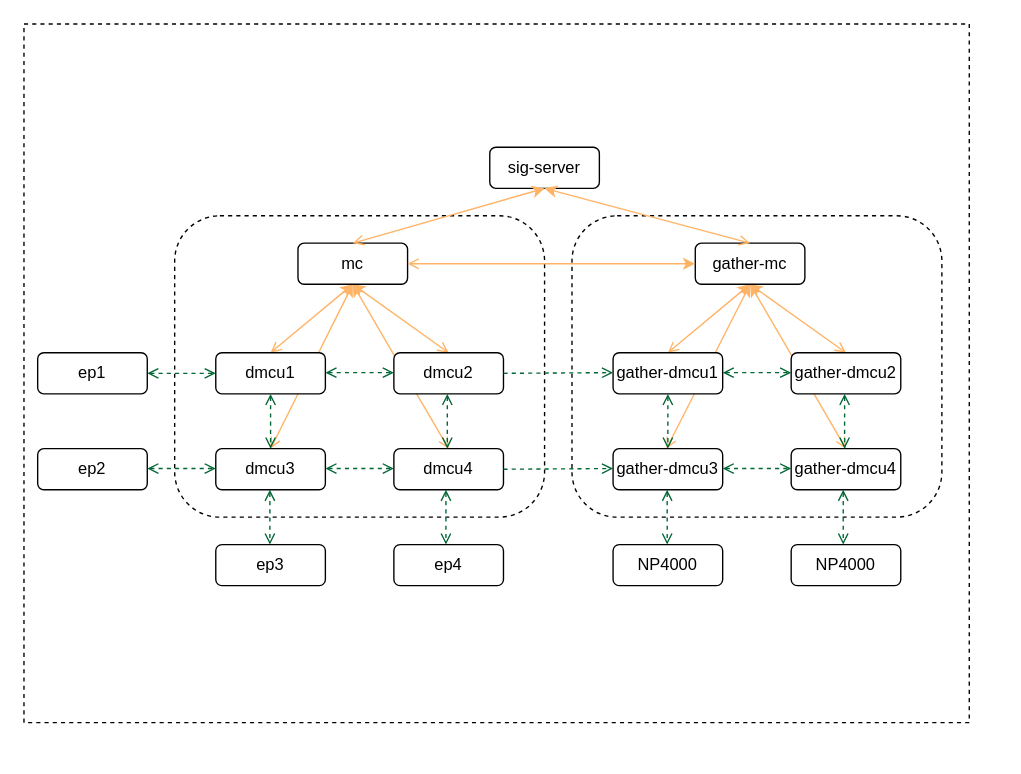
This is Untitled Diagram.drawio from Liaozengxiang/test, a draw.io file, before an edit. Source tidied: cells renumbered, new cells numbered last; positions are measured from the earlier drawing's top-left corner, leaving out a move shared by most shapes. Both pictures are drawn from the tidied source at 137%, with x=0, y=0 at pixel (23, 23).
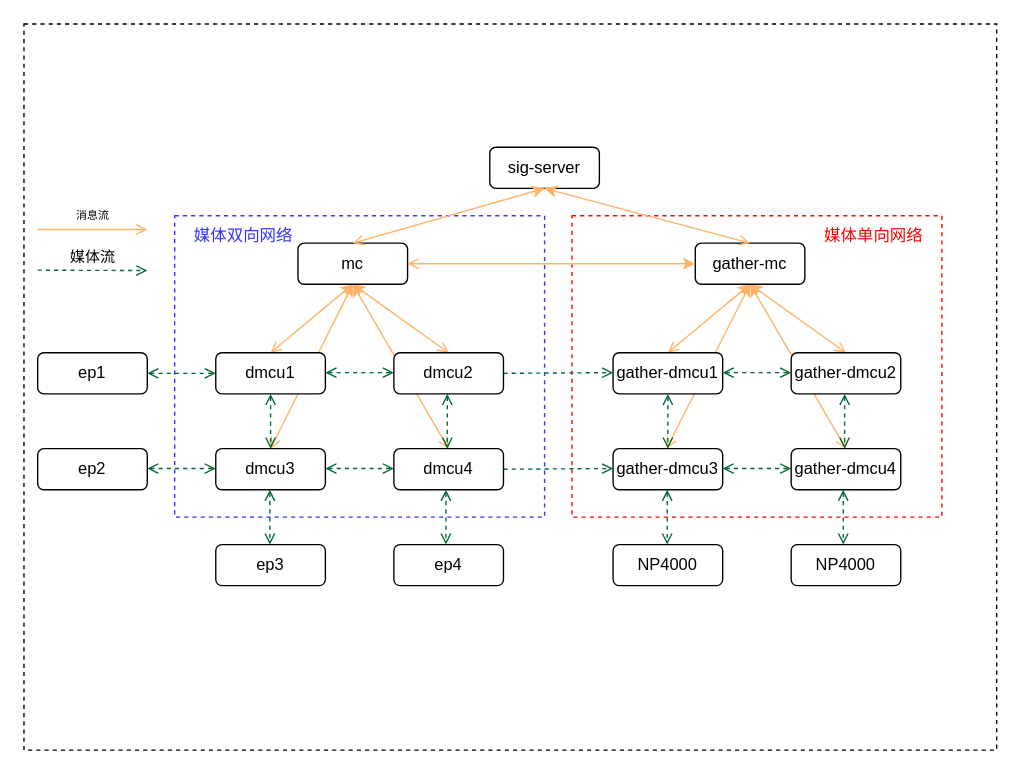
Above is the later version.

Commit message:
单向网络架构1.drawio

Diff of the diagram source:
```diff
@@
-    <mxCell id="2" style="rounded=0;whiteSpace=wrap;html=1;shadow=0;dashed=1;strokeWidth=1;" parent="1" vertex="1">
-      <mxGeometry width="690" height="510" as="geometry" />
-    </mxCell>
+    <mxCell id="49" style="rounded=0;whiteSpace=wrap;html=1;shadow=0;dashed=1;fontSize=8;strokeWidth=1;" parent="1" vertex="1">
+      <mxGeometry width="710" height="530" as="geometry" />
+    </mxCell>
-    <mxCell id="3" style="rounded=1;whiteSpace=wrap;html=1;dashed=1;shadow=0;strokeWidth=1;perimeterSpacing=0;" parent="1" vertex="1">
+    <mxCell id="3" style="rounded=0;whiteSpace=wrap;html=1;dashed=1;shadow=0;strokeWidth=1;perimeterSpacing=0;strokeColor=#FF0000;" parent="1" vertex="1">
       <mxGeometry x="400" y="140" width="270" height="220" as="geometry" />
     </mxCell>
@@
-    <mxCell id="8" style="rounded=1;whiteSpace=wrap;html=1;dashed=1;shadow=0;strokeWidth=1;perimeterSpacing=0;" parent="1" vertex="1">
+    <mxCell id="8" style="rounded=0;whiteSpace=wrap;html=1;dashed=1;shadow=0;strokeWidth=1;perimeterSpacing=0;fontColor=#3333FF;strokeColor=#3333ff;" parent="1" vertex="1">
       <mxGeometry x="110" y="140" width="270" height="220" as="geometry" />
     </mxCell>
@@
+    <mxCell id="50" value="媒体双向网络" style="text;html=1;align=center;verticalAlign=middle;fillColor=none;strokeColor=none;rounded=0;shadow=0;dashed=1;fontColor=#3333ff;" parent="1" vertex="1">
+      <mxGeometry x="110" y="140" width="100" height="30" as="geometry" />
+    </mxCell>
+    <mxCell id="51" value="媒体单向网络" style="text;html=1;align=center;verticalAlign=middle;fillColor=none;strokeColor=none;rounded=0;shadow=0;dashed=1;fontColor=#ff0000;" parent="1" vertex="1">
+      <mxGeometry x="570" y="140" width="100" height="30" as="geometry" />
+    </mxCell>
+    <mxCell id="52" value="媒体流" style="endArrow=open;startArrow=none;html=1;exitX=1;exitY=0.5;exitDx=0;exitDy=0;rounded=0;endFill=0;startFill=0;dashed=1;strokeColor=#006633;" parent="1" edge="1">
+      <mxGeometry y="10" relative="1" as="geometry">
+        <mxPoint x="10" y="179.7" as="sourcePoint" />
+        <mxPoint x="90" y="180" as="targetPoint" />
+      </mxGeometry>
+    </mxCell>
+    <mxCell id="53" value="消息流" style="endArrow=open;html=1;rounded=0;strokeColor=#FFB366;startArrow=none;startFill=0;exitX=1;exitY=0.5;exitDx=0;exitDy=0;endFill=0;fontSize=8;" parent="1" edge="1">
+      <mxGeometry y="10" relative="1" as="geometry">
+        <mxPoint x="10" y="150" as="sourcePoint" />
+        <mxPoint x="90" y="150" as="targetPoint" />
+      </mxGeometry>
+    </mxCell>
```
